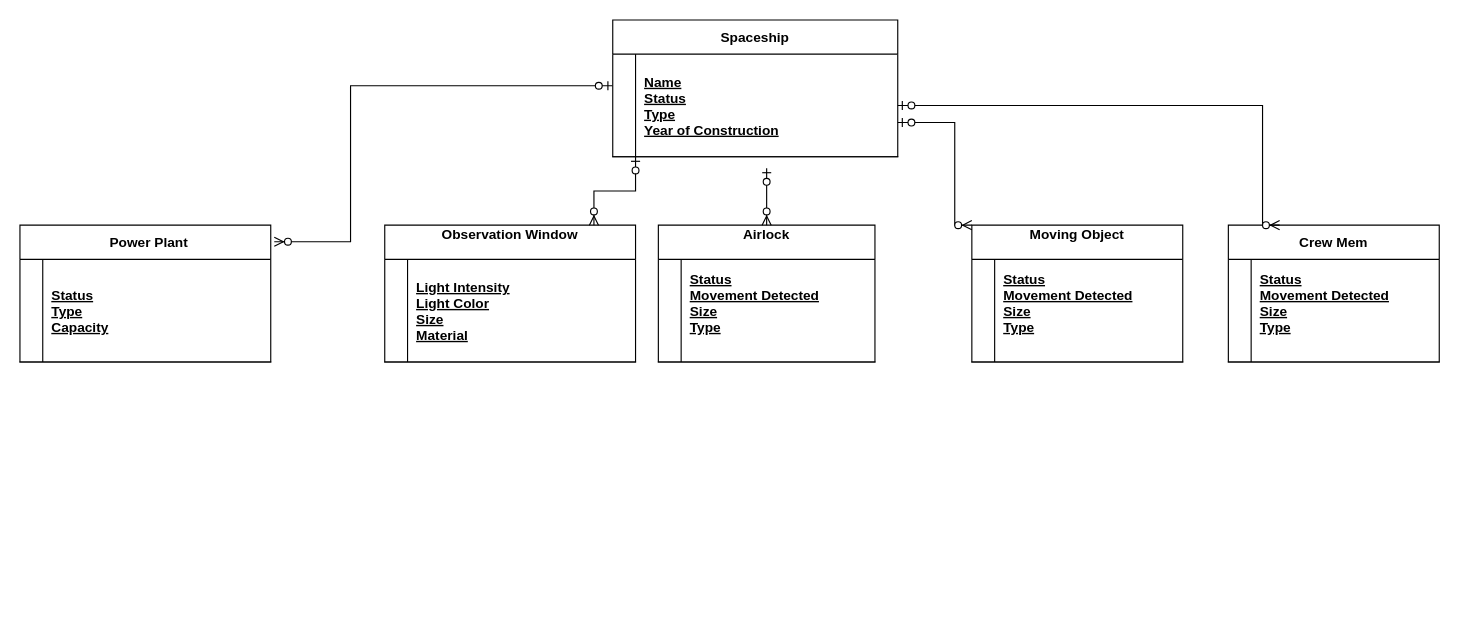
Earlier version of the draw.io diagram infological diagram.drawio (sc09012/Bases-de-datos-ITM). Source tidied: cells renumbered, new cells numbered last; positions are measured from the earlier drawing's top-left corner, leaving out a move shared by most shapes. Both pictures are drawn from the tidied source at 114%, with x=0, y=0 at pixel (19, 19).
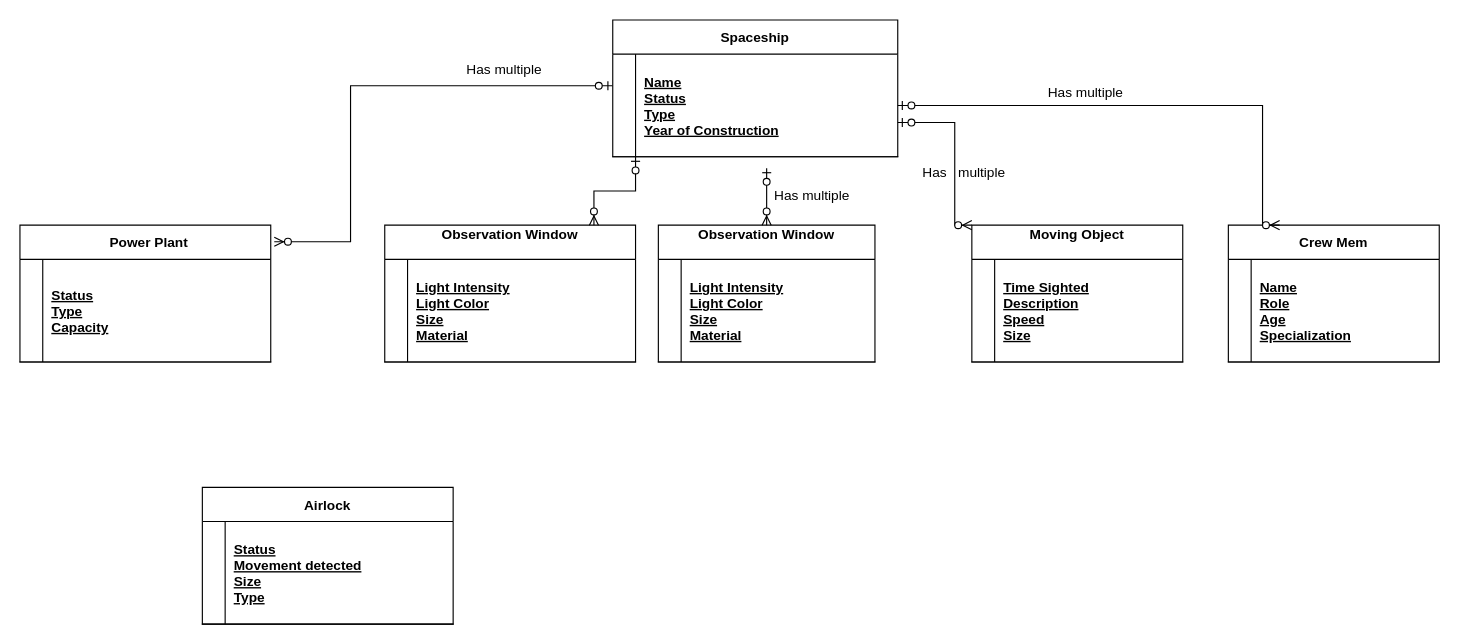
Above is the later version.

The change refers to these unchanged cells:
```xml
<mxCell id="17" style="shape=partialRectangle;fillColor=none;top=0;left=0;right=0;bottom=1;" parent="16" vertex="1">
  <mxGeometry y="30" width="190" height="90" as="geometry" />
</mxCell>
<mxCell id="21" style="shape=partialRectangle;fillColor=none;top=0;left=0;right=0;bottom=1;" parent="20" vertex="1">
  <mxGeometry y="30" width="185" height="90" as="geometry" />
</mxCell>
<mxCell id="27" style="shape=partialRectangle;fillColor=none;top=0;left=0;right=0;bottom=1;" parent="26" vertex="1">
  <mxGeometry y="30" width="185" height="90" as="geometry" />
</mxCell>
```

Diff of the diagram source:
```diff
@@
-    <mxCell id="16" value="Airlock&#10;" style="shape=table;startSize=30;childLayout=tableLayout;rowLines=0;fontStyle=1;align=center;" parent="1" vertex="1">
+    <mxCell id="16" value="Observation Window&#10;" style="shape=table;startSize=30;childLayout=tableLayout;rowLines=0;fontStyle=1;align=center;" parent="1" vertex="1">
       <mxGeometry x="560" y="180" width="190" height="120" as="geometry" />
     </mxCell>
@@
-    <mxCell id="19" value="Status&#10;Movement Detected&#10;Size&#10;Type&#10;" style="shape=partialRectangle;overflow=hidden;fillColor=none;top=0;left=0;bottom=0;right=0;align=left;spacingLeft=6;fontStyle=5;" parent="17" vertex="1">
+    <mxCell id="19" value="Light Intensity&#10;Light Color&#10;Size&#10;Material" style="shape=partialRectangle;overflow=hidden;fillColor=none;top=0;left=0;bottom=0;right=0;align=left;spacingLeft=6;fontStyle=5;" parent="17" vertex="1">
       <mxGeometry x="20" width="170" height="90" as="geometry" />
     </mxCell>
@@
-    <mxCell id="23" value="Status&#10;Movement Detected&#10;Size&#10;Type&#10;" style="shape=partialRectangle;overflow=hidden;fillColor=none;top=0;left=0;bottom=0;right=0;align=left;spacingLeft=6;fontStyle=5;" parent="21" vertex="1">
+    <mxCell id="23" value="Time Sighted&#10;Description&#10;Speed&#10;Size" style="shape=partialRectangle;overflow=hidden;fillColor=none;top=0;left=0;bottom=0;right=0;align=left;spacingLeft=6;fontStyle=5;" parent="21" vertex="1">
       <mxGeometry x="20" width="165" height="90" as="geometry" />
     </mxCell>
@@
-    <mxCell id="29" value="Status&#10;Movement Detected&#10;Size&#10;Type&#10;" style="shape=partialRectangle;overflow=hidden;fillColor=none;top=0;left=0;bottom=0;right=0;align=left;spacingLeft=6;fontStyle=5;" parent="27" vertex="1">
+    <mxCell id="29" value="Name&#10;Role&#10;Age&#10;Specialization" style="shape=partialRectangle;overflow=hidden;fillColor=none;top=0;left=0;bottom=0;right=0;align=left;spacingLeft=6;fontStyle=5;" parent="27" vertex="1">
       <mxGeometry x="20" width="165" height="90" as="geometry" />
     </mxCell>
@@
+    <mxCell id="31" value="Has multiple" style="text;whiteSpace=wrap;" parent="1" vertex="1">
+      <mxGeometry x="900" y="50" width="100" height="40" as="geometry" />
+    </mxCell>
+    <mxCell id="32" value="Has   multiple" style="text;whiteSpace=wrap;" parent="1" vertex="1">
+      <mxGeometry x="790" y="120" width="110" height="40" as="geometry" />
+    </mxCell>
+    <mxCell id="33" value="Has multiple" style="text;whiteSpace=wrap;" parent="1" vertex="1">
+      <mxGeometry x="660" y="140" width="100" height="40" as="geometry" />
+    </mxCell>
+    <mxCell id="34" value="Has multiple" style="text;whiteSpace=wrap;" parent="1" vertex="1">
+      <mxGeometry x="390" y="30" width="100" height="40" as="geometry" />
+    </mxCell>
+    <mxCell id="35" value="Airlock" style="shape=table;startSize=30;childLayout=tableLayout;rowLines=0;fontStyle=1;align=center;" parent="1" vertex="1">
+      <mxGeometry x="160" y="410" width="220" height="120" as="geometry" />
+    </mxCell>
+    <mxCell id="36" style="shape=partialRectangle;fillColor=none;top=0;left=0;right=0;bottom=1;" parent="35" vertex="1">
+      <mxGeometry y="30" width="220" height="90" as="geometry" />
+    </mxCell>
+    <mxCell id="37" style="shape=partialRectangle;overflow=hidden;fillColor=none;top=0;left=0;bottom=0;right=0;fontStyle=1;" parent="36" vertex="1">
+      <mxGeometry width="20" height="90" as="geometry" />
+    </mxCell>
+    <mxCell id="38" value="Status&#10;Movement detected&#10;Size&#10;Type" style="shape=partialRectangle;overflow=hidden;fillColor=none;top=0;left=0;bottom=0;right=0;align=left;spacingLeft=6;fontStyle=5;" parent="36" vertex="1">
+      <mxGeometry x="20" width="200" height="90" as="geometry" />
+    </mxCell>
```
